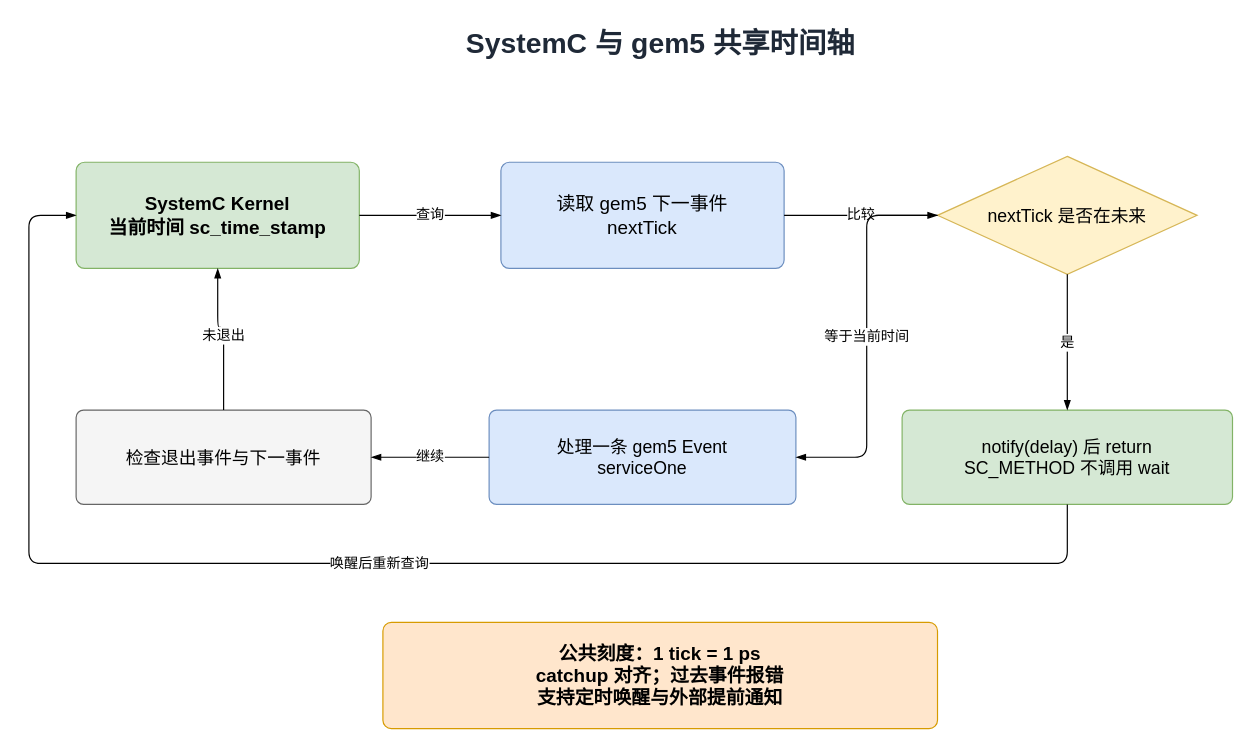
Before: docs/images/chapter-01/03-time-coordination.drawio in Ch1-n/npu-system-modeling, a draw.io diagram. Source tidied: cells renumbered, new cells numbered last; positions are measured from the earlier drawing's top-left corner, leaving out a move shared by most shapes. Both pictures are drawn from the tidied source at 118%, with x=0, y=0 at pixel (28, 20).
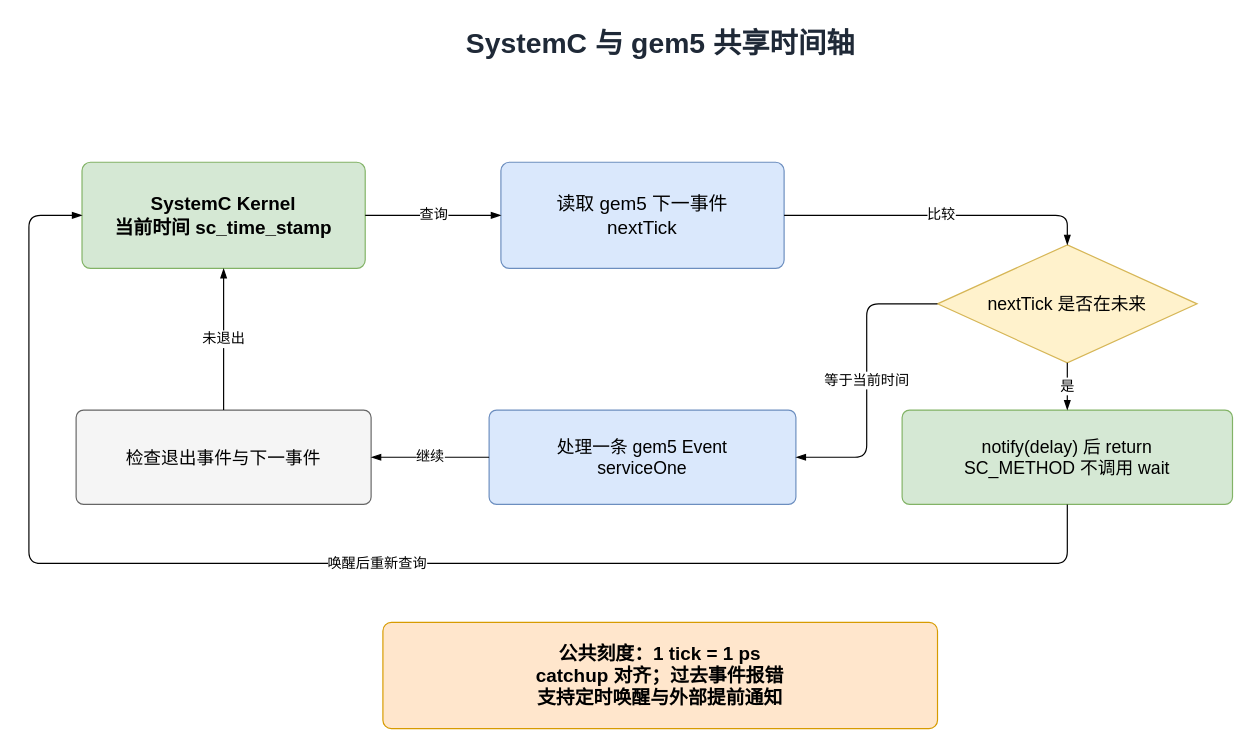
Above is the later version.

Commit message (it also covers changes not shown here):
Sync chapter 1 with author-reviewed Word and updated timing diagram

The change refers to these unchanged cells:
```xml
<mxCell id="4" value="读取 gem5 下一事件&#10;nextTick" style="rounded=1;arcSize=8;whiteSpace=wrap;html=1;fillColor=#dae8fc;strokeColor=#6c8ebf;fontSize=16;" parent="1" vertex="1">
  <mxGeometry x="400" y="120" width="240" height="90" as="geometry" />
</mxCell>
<mxCell id="7" value="处理一条 gem5 Event&#10;serviceOne" style="rounded=1;arcSize=8;whiteSpace=wrap;html=1;fillColor=#dae8fc;strokeColor=#6c8ebf;fontSize=15;" parent="1" vertex="1">
  <mxGeometry x="390" y="330" width="260" height="80" as="geometry" />
</mxCell>
```

Diff of the diagram source:
```diff
@@
     <mxCell id="3" value="SystemC Kernel&#10;当前时间 sc_time_stamp" style="rounded=1;arcSize=8;whiteSpace=wrap;html=1;fillColor=#d5e8d4;strokeColor=#82b366;fontSize=16;fontStyle=1;" parent="1" vertex="1">
-      <mxGeometry x="40" y="120" width="240" height="90" as="geometry" />
+      <mxGeometry x="45" y="120" width="240" height="90" as="geometry" />
     </mxCell>
@@
     <mxCell id="5" value="nextTick 是否在未来" style="rhombus;whiteSpace=wrap;html=1;fillColor=#fff2cc;strokeColor=#d6b656;fontSize=15;" parent="1" vertex="1">
-      <mxGeometry x="770" y="115" width="220" height="100" as="geometry" />
+      <mxGeometry x="770" y="190" width="220" height="100" as="geometry" />
     </mxCell>
@@
-    <mxCell id="10" value="比较" style="edgeStyle=orthogonalEdgeStyle;rounded=1;jettySize=auto;html=1;endArrow=blockThin;endFill=1;fontSize=12;labelBackgroundColor=#ffffff;exitX=1;exitY=0.5;entryX=0;entryY=0.5;" parent="1" edge="1" source="4" target="5">
+    <mxCell id="10" value="比较" style="edgeStyle=orthogonalEdgeStyle;rounded=1;jettySize=auto;html=1;endArrow=blockThin;endFill=1;fontSize=12;labelBackgroundColor=#ffffff;exitX=1;exitY=0.5;entryX=0.5;entryY=0;entryDx=0;entryDy=0;" parent="1" edge="1" source="4" target="5">
       <mxGeometry relative="1" as="geometry" />
     </mxCell>
@@
     <mxCell id="12" value="等于当前时间" style="edgeStyle=orthogonalEdgeStyle;rounded=1;jettySize=auto;html=1;endArrow=blockThin;endFill=1;fontSize=12;labelBackgroundColor=#ffffff;exitX=0;exitY=0.5;entryX=1;entryY=0.5;" parent="1" edge="1" source="5" target="7">
-      <mxGeometry relative="1" as="geometry" />
+      <mxGeometry relative="1" as="geometry">
+        <Array as="points">
+          <mxPoint x="710" y="240" />
+          <mxPoint x="710" y="370" />
+        </Array>
+      </mxGeometry>
     </mxCell>
```
